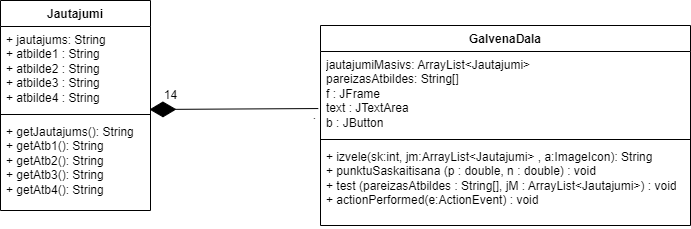
ElinaKraine/Sazarojumas-Konstrukcijas keeps this draw.io diagram as prezentacija un uml/klasuDiagrama.png. Above is the earlier version. Source tidied: cells renumbered, new cells last; positions are measured from the earlier drawing's top-left corner, leaving out a move shared by most shapes.
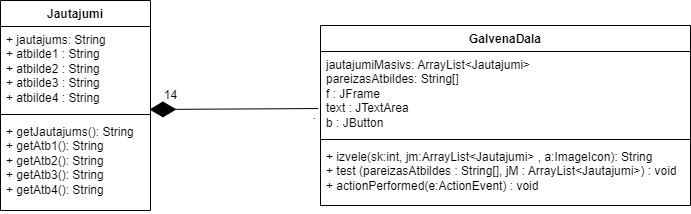
After the change.

Commit message:
Pārstrādāta test metode un labota klasu diagramma

What changed in the source:
```diff
@@ -15,7 +15,7 @@
       <mxGeometry y="118" width="150" height="92" as="geometry" />
     </mxCell>
     <mxCell id="6" value="GalvenaDala" style="swimlane;fontStyle=1;align=center;verticalAlign=top;horizontal=1;startSize=26;whiteSpace=wrap;html=1;" parent="1" vertex="1">
-      <mxGeometry x="320" y="25" width="370" height="200" as="geometry" />
+      <mxGeometry x="320" y="25" width="370" height="180" as="geometry" />
     </mxCell>
     <mxCell id="7" value="jautajumiMasivs: ArrayList&amp;lt;Jautajumi&amp;gt;&lt;br&gt;pareizasAtbildes: String[]&lt;br&gt;f : JFrame&lt;br&gt;text : JTextArea&lt;br&gt;b : JButton&lt;br&gt;&lt;br&gt;" style="text;strokeColor=none;fillColor=none;align=left;verticalAlign=top;spacingLeft=4;spacingRight=4;overflow=hidden;points=[[0,0.5],[1,0.5]];portConstraint=eastwest;whiteSpace=wrap;html=1;" parent="6" vertex="1">
       <mxGeometry y="26" width="370" height="84" as="geometry" />
@@ -23,8 +23,8 @@
     <mxCell id="8" style="line;strokeWidth=1;fillColor=none;align=left;verticalAlign=middle;spacingTop=-1;spacingLeft=3;spacingRight=3;labelPosition=right;strokeColor=inherit;" parent="6" vertex="1">
       <mxGeometry y="110" width="370" height="8" as="geometry" />
     </mxCell>
-    <mxCell id="9" value="+ izvele(sk:int, jm:ArrayList&amp;lt;Jautajumi&amp;gt; , a:ImageIcon): String&lt;br&gt;+&amp;nbsp;punktuSaskaitisana (p : double, n : double) : void&lt;br&gt;+&amp;nbsp;test (pareizasAtbildes : String[], jM : ArrayList&amp;lt;Jautajumi&amp;gt;) : void&lt;br&gt;&lt;div style=&quot;background-color:#2f2f2f;padding:0px 0px 0px 2px;&quot;&gt;&lt;div style=&quot;color: rgb(170, 170, 170); font-family: &amp;quot;Courier New&amp;quot;; font-size: 12pt;&quot;&gt;&lt;p style=&quot;background-color:#373737;margin:0;&quot;&gt;&lt;span style=&quot;color:#d9e8f7;&quot;&gt;&lt;/span&gt;&lt;/p&gt;&lt;/div&gt;&lt;/div&gt;+ actionPerformed(e:ActionEvent) : void" style="text;strokeColor=none;fillColor=none;align=left;verticalAlign=top;spacingLeft=4;spacingRight=4;overflow=hidden;whiteSpace=wrap;html=1;" parent="6" vertex="1">
-      <mxGeometry y="118" width="370" height="82" as="geometry" />
+    <mxCell id="9" value="+ izvele(sk:int, jm:ArrayList&amp;lt;Jautajumi&amp;gt; , a:ImageIcon): String&lt;br&gt;+&amp;nbsp;test (pareizasAtbildes : String[], jM : ArrayList&amp;lt;Jautajumi&amp;gt;) : void&lt;br&gt;&lt;div style=&quot;background-color:#2f2f2f;padding:0px 0px 0px 2px;&quot;&gt;&lt;div style=&quot;color: rgb(170, 170, 170); font-family: &amp;quot;Courier New&amp;quot;; font-size: 12pt;&quot;&gt;&lt;p style=&quot;background-color:#373737;margin:0;&quot;&gt;&lt;span style=&quot;color:#d9e8f7;&quot;&gt;&lt;/span&gt;&lt;/p&gt;&lt;/div&gt;&lt;/div&gt;+ actionPerformed(e:ActionEvent) : void" style="text;strokeColor=none;fillColor=none;align=left;verticalAlign=top;spacingLeft=4;spacingRight=4;overflow=hidden;whiteSpace=wrap;html=1;" parent="6" vertex="1">
+      <mxGeometry y="118" width="370" height="62" as="geometry" />
     </mxCell>
     <mxCell id="10" style="endArrow=diamondThin;endFill=1;endSize=24;html=1;rounded=0;exitX=-0.006;exitY=0.679;exitDx=0;exitDy=0;exitPerimeter=0;entryX=0.993;entryY=0.988;entryDx=0;entryDy=0;entryPerimeter=0;" parent="1" edge="1" source="7" target="3">
       <mxGeometry relative="1" as="geometry" />
```
